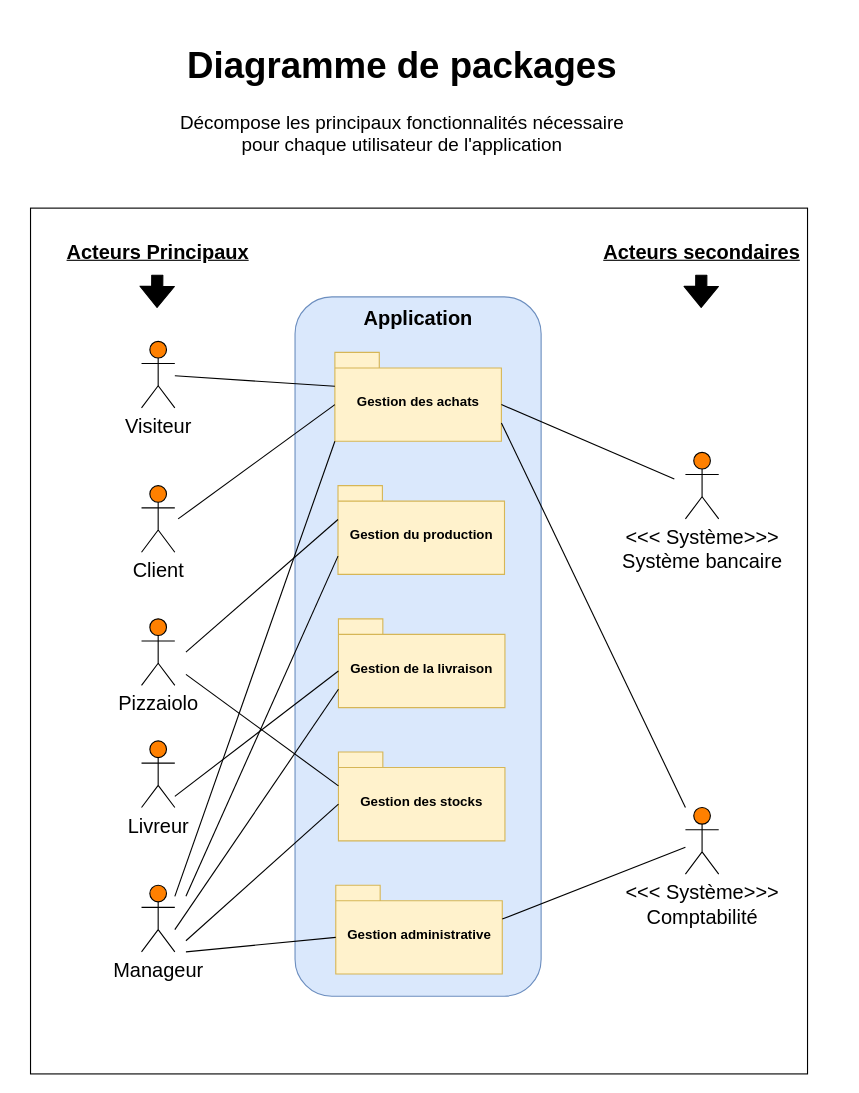
Earlier version of the draw.io diagram Package Diagram.drawio (Maayaavi/OC_Project_4). Source tidied: cells renumbered, new cells numbered last; positions are measured from the earlier drawing's top-left corner, leaving out a move shared by most shapes. Both pictures are drawn from the tidied source at 111%, with x=0, y=0 at pixel (19, 30).
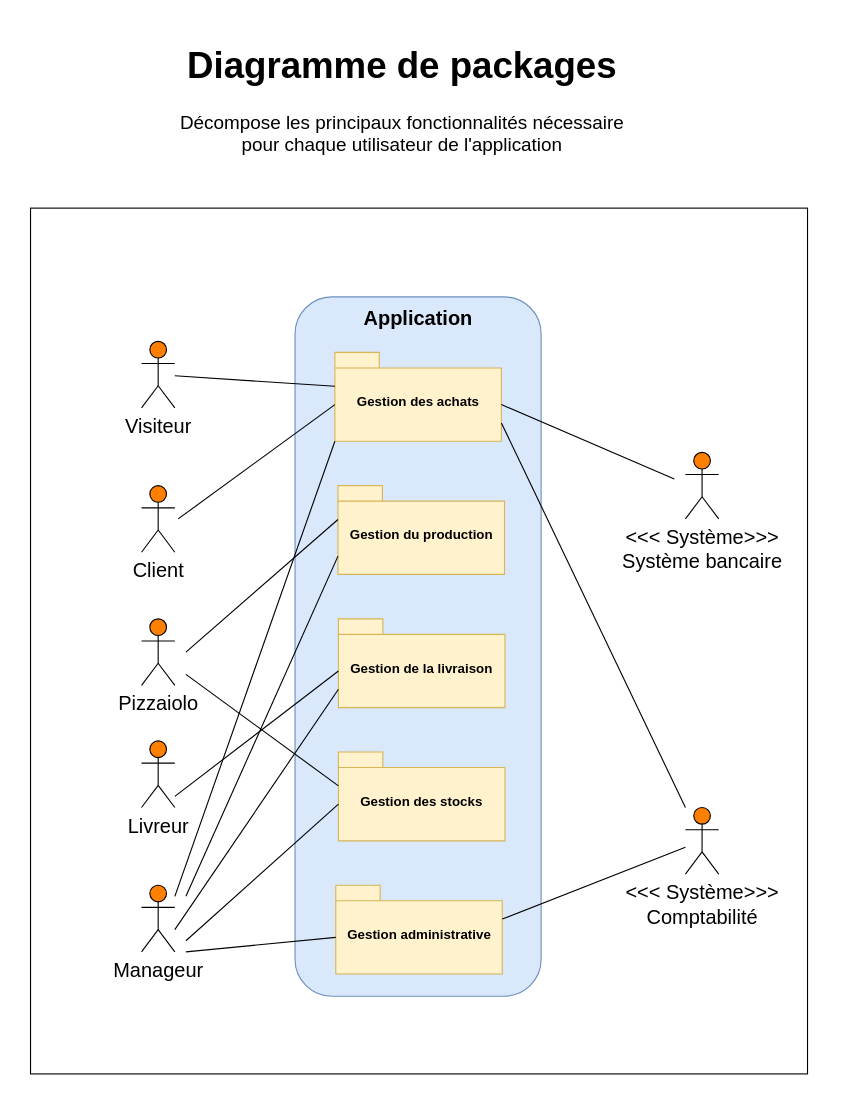
The same page after the edit.

Diff of the diagram source:
```diff
@@
-    <mxCell id="13" value="Acteurs Principaux" style="text;html=1;strokeColor=none;fillColor=none;align=center;verticalAlign=middle;whiteSpace=wrap;rounded=0;glass=0;fontSize=18;fontStyle=5;" parent="1" vertex="1">
-      <mxGeometry y="190" width="250" height="20" as="geometry" />
-    </mxCell>
-    <mxCell id="14" value="Acteurs secondaires" style="text;html=1;strokeColor=none;fillColor=none;align=center;verticalAlign=middle;whiteSpace=wrap;rounded=0;glass=0;fontSize=18;fontStyle=5;" parent="1" vertex="1">
-      <mxGeometry x="490" y="190" width="250" height="20" as="geometry" />
-    </mxCell>
-    <mxCell id="15" style="shape=flexArrow;endArrow=classic;html=1;strokeColor=#000000;fontSize=18;fillColor=#000000;" parent="1" edge="1">
-      <mxGeometry relative="1" as="geometry">
-        <mxPoint x="124.2" y="220" as="sourcePoint" />
-        <mxPoint x="124" y="250" as="targetPoint" />
-      </mxGeometry>
-    </mxCell>
-    <mxCell id="16" style="shape=flexArrow;endArrow=classic;html=1;strokeColor=#000000;fontSize=18;fillColor=#000000;" parent="1" edge="1">
-      <mxGeometry relative="1" as="geometry">
-        <mxPoint x="614.3" y="220" as="sourcePoint" />
-        <mxPoint x="614.2" y="250" as="targetPoint" />
-      </mxGeometry>
-    </mxCell>
```
